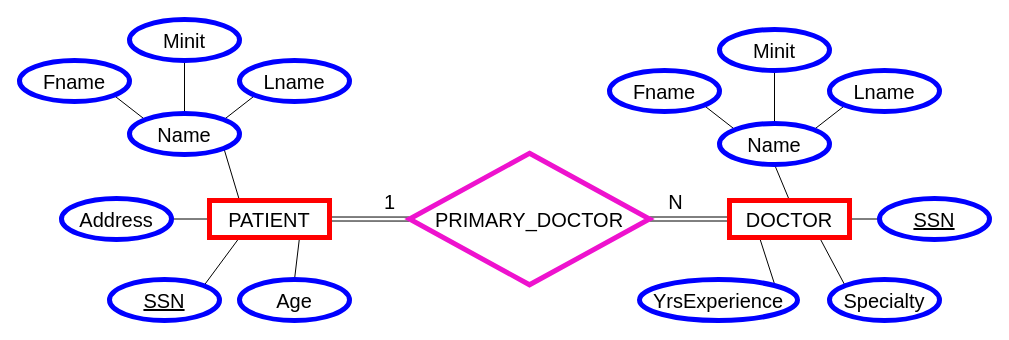
JacobAhrens/DatabasesFinalProject keeps this draw.io diagram as page "Patient Doctor Relationship" (6 of 9) of ECE467A1.drawio. Above is the earlier version. Source tidied: cells renumbered, new cells numbered last; positions are measured from the earlier drawing's top-left corner, leaving out a move shared by most shapes. Both pictures are drawn from the tidied source at 100%, with x=0, y=0 at pixel (19, 19).
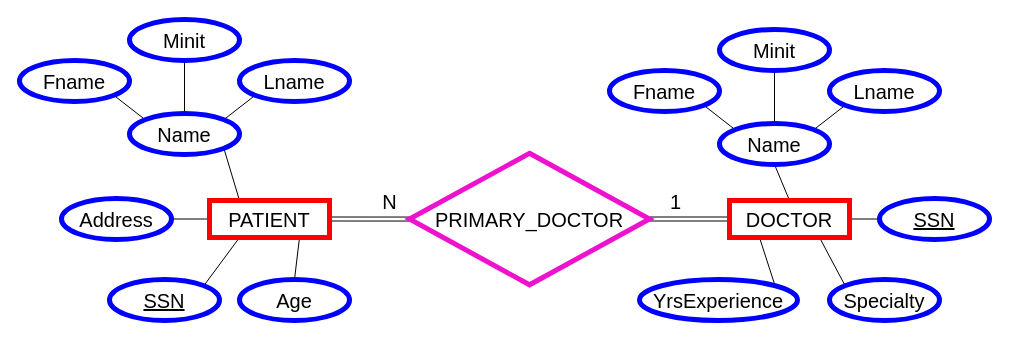
The same page after the edit.

The change refers to these unchanged cells:
```xml
<mxCell id="2" style="endArrow=none;html=1;rounded=0;exitX=1;exitY=0.5;exitDx=0;exitDy=0;entryX=0;entryY=0.5;entryDx=0;entryDy=0;shape=link;" parent="1" edge="1" target="29">
  <mxGeometry relative="1" as="geometry">
    <mxPoint x="630" y="199.5" as="sourcePoint" />
  </mxGeometry>
</mxCell>
<mxCell id="4" style="endArrow=none;html=1;rounded=0;exitX=1;exitY=0.5;exitDx=0;exitDy=0;entryX=0;entryY=0.5;entryDx=0;entryDy=0;shape=link;" parent="1" edge="1" source="13" target="21">
  <mxGeometry relative="1" as="geometry" />
</mxCell>
```

Diff of the diagram source:
```diff
@@
-    <mxCell id="3" value="N" style="edgeLabel;html=1;align=center;verticalAlign=middle;fontSize=20;" parent="2" vertex="1">
+    <mxCell id="3" value="1" style="edgeLabel;html=1;align=center;verticalAlign=middle;fontSize=20;" parent="2" vertex="1">
       <mxGeometry x="-0.17" relative="1" as="geometry">
         <mxPoint x="-8" y="-18" as="offset" />
       </mxGeometry>
     </mxCell>
@@
-    <mxCell id="5" value="1" style="edgeLabel;html=1;align=center;verticalAlign=middle;fontSize=20;" parent="4" vertex="1">
+    <mxCell id="5" value="N" style="edgeLabel;html=1;align=center;verticalAlign=middle;fontSize=20;" parent="4" vertex="1">
       <mxGeometry x="-0.2" relative="1" as="geometry">
         <mxPoint x="28" y="-18" as="offset" />
       </mxGeometry>
     </mxCell>
```
